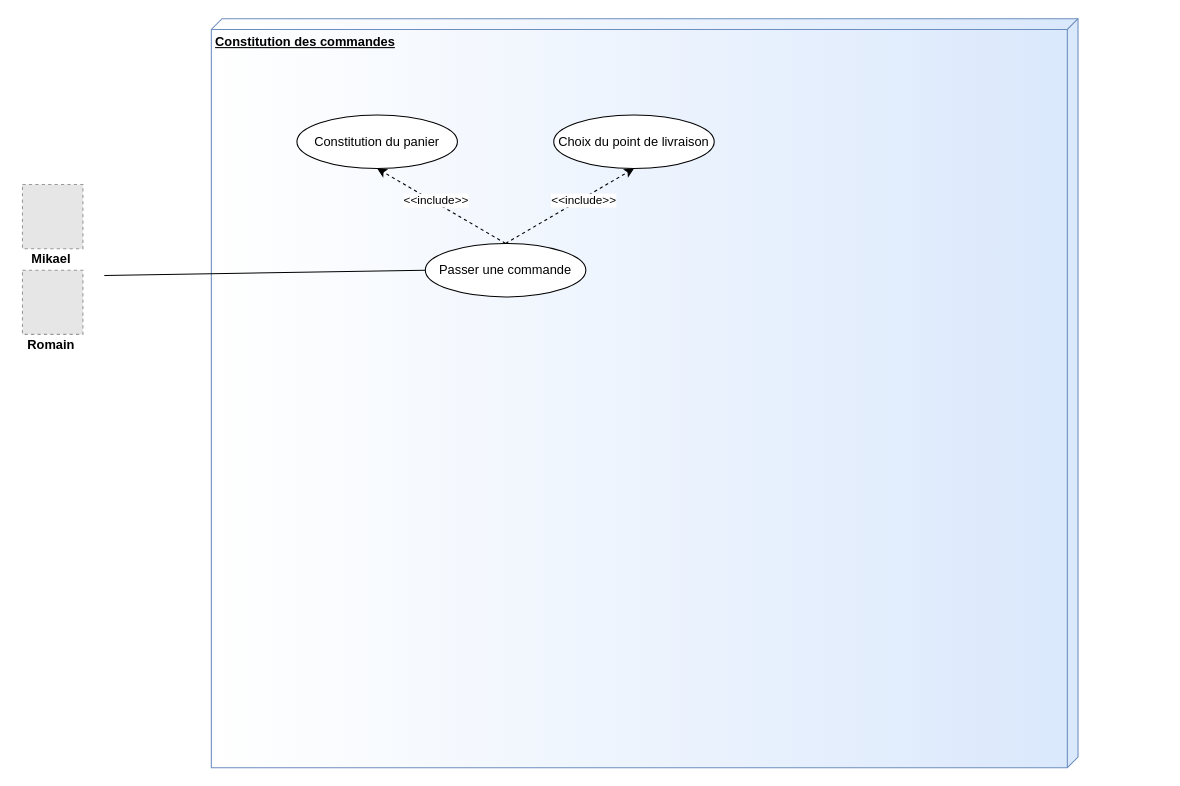
Romderful/Project4_OCPizza keeps this draw.io diagram as UseCaseCommand.drawio. Above is the earlier version. Source tidied: cells renumbered, new cells numbered last; positions are measured from the earlier drawing's top-left corner, leaving out a move shared by most shapes. Both pictures are drawn from the tidied source at 107%, with x=0, y=0 at pixel (18, 18). Pictures stored in the file or linked from it are replaced by grey dashed boxes.
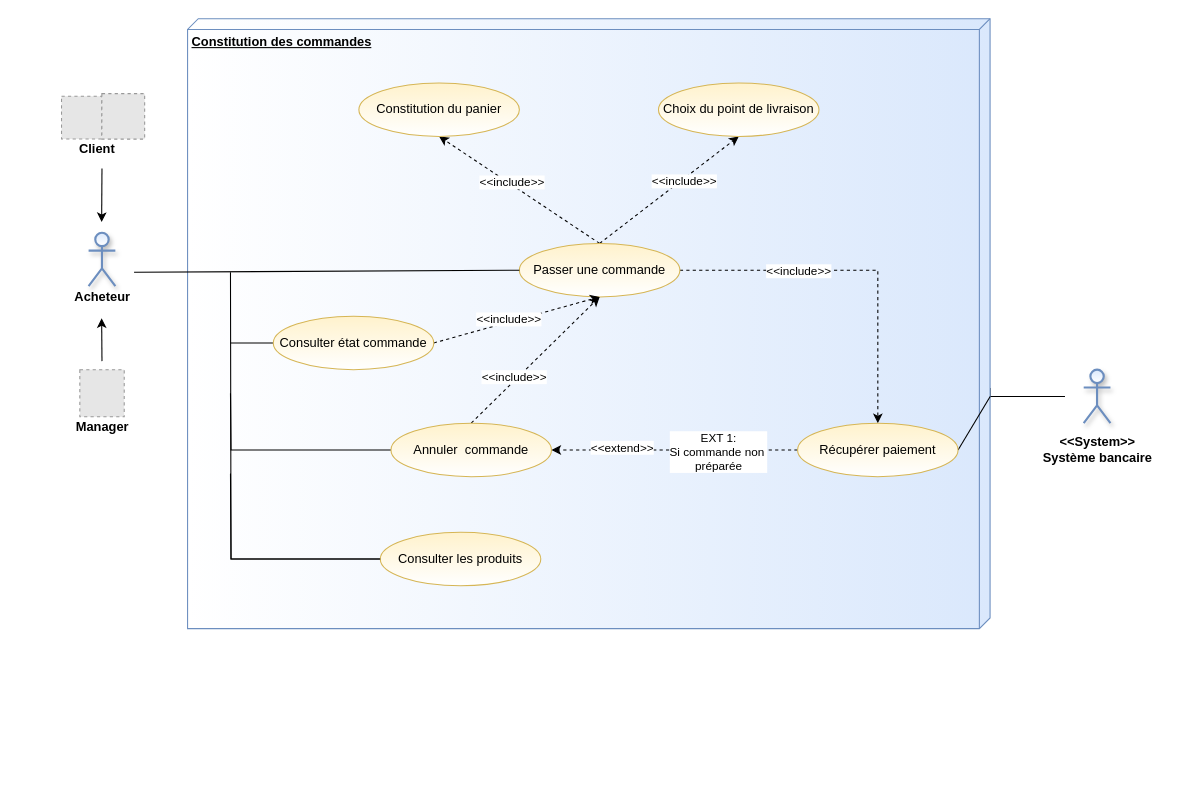
Above is the later version.

Diff of the diagram source:
```diff
@@
+    <mxCell id="15" style="edgeStyle=orthogonalEdgeStyle;rounded=0;jettySize=auto;html=1;exitX=0;exitY=0;exitDx=345;exitDy=0;exitPerimeter=0;endArrow=none;endFill=0;" parent="1" edge="1" source="2">
+      <mxGeometry relative="1" as="geometry">
+        <mxPoint x="977.8" y="353" as="targetPoint" />
+        <Array as="points">
+          <mxPoint x="907.9" y="353" />
+        </Array>
+      </mxGeometry>
+    </mxCell>
     <mxCell id="2" value="&lt;b&gt;Constitution des commandes&lt;/b&gt;" style="verticalAlign=top;align=left;spacingTop=8;spacingLeft=2;spacingRight=12;shape=cube;size=10;direction=south;fontStyle=4;html=1;fillColor=#dae8fc;strokeColor=#6c8ebf;gradientColor=#ffffff;" parent="1" vertex="1">
-      <mxGeometry x="180" width="810" height="700" as="geometry" />
+      <mxGeometry x="157.8" width="750" height="570" as="geometry" />
     </mxCell>
@@
+    <mxCell id="16" style="edgeStyle=orthogonalEdgeStyle;rounded=0;jettySize=auto;html=1;exitX=1;exitY=0.5;exitDx=0;exitDy=0;entryX=0.5;entryY=0;entryDx=0;entryDy=0;endArrow=classic;endFill=1;dashed=1;" parent="1" edge="1" source="7" target="27">
+      <mxGeometry relative="1" as="geometry" />
+    </mxCell>
+    <mxCell id="17" value="&amp;lt;&amp;lt;include&amp;gt;&amp;gt;" style="edgeLabel;html=1;align=center;verticalAlign=middle;" parent="16" vertex="1">
+      <mxGeometry y="2" relative="1" as="geometry">
+        <mxPoint x="-53.5" y="2" as="offset" />
+      </mxGeometry>
+    </mxCell>
-    <mxCell id="7" value="Passer une commande" style="ellipse;whiteSpace=wrap;html=1;gradientColor=#ffffff;" parent="1" vertex="1">
-      <mxGeometry x="380" y="210" width="150" height="50" as="geometry" />
+    <mxCell id="7" value="Passer une commande" style="ellipse;whiteSpace=wrap;html=1;fillColor=#fff2cc;strokeColor=#d6b656;gradientColor=#ffffff;" parent="1" vertex="1">
+      <mxGeometry x="467.9" y="210" width="150" height="50" as="geometry" />
     </mxCell>
     <mxCell id="8" style="edgeStyle=none;rounded=0;jettySize=auto;html=1;exitX=0;exitY=0.5;exitDx=0;exitDy=0;endArrow=none;endFill=0;strokeWidth=1;" parent="1" edge="1" source="7">
       <mxGeometry relative="1" as="geometry">
-        <mxPoint x="80" y="240" as="targetPoint" />
+        <mxPoint x="107.8" y="237" as="targetPoint" />
       </mxGeometry>
     </mxCell>
-    <mxCell id="9" value="Constitution du panier" style="ellipse;whiteSpace=wrap;html=1;gradientColor=#ffffff;" parent="1" vertex="1">
-      <mxGeometry x="260" y="90" width="150" height="50" as="geometry" />
+    <mxCell id="9" value="Constitution du panier" style="ellipse;whiteSpace=wrap;html=1;fillColor=#fff2cc;strokeColor=#d6b656;gradientColor=#ffffff;" parent="1" vertex="1">
+      <mxGeometry x="317.9" y="60" width="150" height="50" as="geometry" />
     </mxCell>
-    <mxCell id="10" value="Choix du point de livraison" style="ellipse;whiteSpace=wrap;html=1;gradientColor=#ffffff;" parent="1" vertex="1">
-      <mxGeometry x="500" y="90" width="150" height="50" as="geometry" />
+    <mxCell id="10" value="Choix du point de livraison" style="ellipse;whiteSpace=wrap;html=1;fillColor=#fff2cc;strokeColor=#d6b656;gradientColor=#ffffff;" parent="1" vertex="1">
+      <mxGeometry x="597.9" y="60" width="150" height="50" as="geometry" />
     </mxCell>
-    <mxCell id="11" value="&lt;b&gt;Mikael&lt;br&gt;&lt;/b&gt;" style="text;html=1;align=center;verticalAlign=middle;" parent="1" vertex="1">
-      <mxGeometry x="4.7" y="215" width="50" height="20" as="geometry" />
-    </mxCell>
-    <mxCell id="12" style="fillColor=#E6E6E6;strokeColor=#999999;dashed=1;verticalLabelPosition=bottom;verticalAlign=top;" parent="1" vertex="1">
-      <mxGeometry x="3.5" y="155" width="56.5" height="60" as="geometry" />
-    </mxCell>
-    <mxCell id="13" style="fillColor=#E6E6E6;strokeColor=#999999;dashed=1;verticalLabelPosition=bottom;verticalAlign=top;" parent="1" vertex="1">
-      <mxGeometry x="3.5" y="235" width="56.5" height="60" as="geometry" />
-    </mxCell>
-    <mxCell id="14" value="&lt;b&gt;Romain&lt;/b&gt;" style="text;html=1;align=center;verticalAlign=middle;" parent="1" vertex="1">
-      <mxGeometry y="295" width="60" height="20" as="geometry" />
+    <mxCell id="14" value="&lt;b&gt;Acheteur&lt;/b&gt;" style="text;html=1;align=center;verticalAlign=middle;" parent="1" vertex="1">
+      <mxGeometry x="42.8" y="250" width="70" height="20" as="geometry" />
     </mxCell>
+    <mxCell id="18" style="shape=umlActor;verticalLabelPosition=bottom;verticalAlign=top;html=1;strokeWidth=2;fillColor=#dae8fc;strokeColor=#6c8ebf;gradientColor=#ffffff;shadow=1;" parent="1" vertex="1">
+      <mxGeometry x="65.3" y="200" width="25" height="50" as="geometry" />
+    </mxCell>
+    <mxCell id="19" style="edgeStyle=orthogonalEdgeStyle;rounded=0;jettySize=auto;html=1;exitX=0;exitY=0.5;exitDx=0;exitDy=0;endArrow=none;endFill=0;" parent="1" edge="1" source="20">
+      <mxGeometry relative="1" as="geometry">
+        <mxPoint x="197.9" y="425.1" as="targetPoint" />
+      </mxGeometry>
+    </mxCell>
+    <mxCell id="20" value="Consulter les produits" style="ellipse;whiteSpace=wrap;html=1;fillColor=#fff2cc;strokeColor=#d6b656;gradientColor=#ffffff;" parent="1" vertex="1">
+      <mxGeometry x="337.9" y="480" width="150" height="50" as="geometry" />
+    </mxCell>
+    <mxCell id="21" value="&lt;b&gt;&amp;lt;&amp;lt;System&amp;gt;&amp;gt;&lt;br&gt;Système bancaire&lt;/b&gt;" style="text;html=1;align=center;verticalAlign=middle;" parent="1" vertex="1">
+      <mxGeometry x="947.9" y="388" width="120" height="30" as="geometry" />
+    </mxCell>
+    <mxCell id="22" style="shape=umlActor;verticalLabelPosition=bottom;verticalAlign=top;html=1;strokeWidth=2;fillColor=#dae8fc;strokeColor=#6c8ebf;gradientColor=#ffffff;shadow=1;" parent="1" vertex="1">
+      <mxGeometry x="995.3" y="328" width="25" height="50" as="geometry" />
+    </mxCell>
+    <mxCell id="23" style="rounded=0;jettySize=auto;html=1;exitX=1;exitY=0.5;exitDx=0;exitDy=0;entryX=0;entryY=0;entryDx=345;entryDy=0;entryPerimeter=0;endArrow=none;endFill=0;" parent="1" edge="1" source="27">
+      <mxGeometry relative="1" as="geometry">
+        <mxPoint x="907.9" y="353" as="targetPoint" />
+      </mxGeometry>
+    </mxCell>
+    <mxCell id="24" style="edgeStyle=none;rounded=0;jettySize=auto;html=1;exitX=0;exitY=0.5;exitDx=0;exitDy=0;entryX=1;entryY=0.5;entryDx=0;entryDy=0;dashed=1;endArrow=classic;endFill=1;" parent="1" edge="1" source="27" target="36">
+      <mxGeometry relative="1" as="geometry" />
+    </mxCell>
+    <mxCell id="25" value="&amp;lt;&amp;lt;extend&amp;gt;&amp;gt;" style="edgeLabel;html=1;align=center;verticalAlign=middle;" parent="24" vertex="1">
+      <mxGeometry x="-0.15" relative="1" as="geometry">
+        <mxPoint x="-66" y="-3" as="offset" />
+      </mxGeometry>
+    </mxCell>
+    <mxCell id="26" value="EXT 1:&lt;br&gt;Si commande non&amp;nbsp;&lt;br&gt;préparée" style="edgeLabel;html=1;align=center;verticalAlign=middle;" parent="24" vertex="1">
+      <mxGeometry x="-0.36" y="1" relative="1" as="geometry" />
+    </mxCell>
+    <mxCell id="27" value="Récupérer paiement" style="ellipse;whiteSpace=wrap;html=1;fillColor=#fff2cc;strokeColor=#d6b656;gradientColor=#ffffff;" parent="1" vertex="1">
+      <mxGeometry x="727.9" y="378" width="150" height="50" as="geometry" />
+    </mxCell>
+    <mxCell id="28" style="edgeStyle=orthogonalEdgeStyle;rounded=0;jettySize=auto;html=1;exitX=0;exitY=0.5;exitDx=0;exitDy=0;endArrow=none;endFill=0;" parent="1" edge="1" source="20">
+      <mxGeometry relative="1" as="geometry">
+        <mxPoint x="197.9" y="237" as="targetPoint" />
+      </mxGeometry>
+    </mxCell>
+    <mxCell id="29" style="edgeStyle=none;rounded=0;jettySize=auto;html=1;exitX=0;exitY=0.5;exitDx=0;exitDy=0;endArrow=none;endFill=0;" parent="1" edge="1" source="32">
+      <mxGeometry relative="1" as="geometry">
+        <mxPoint x="197.9" y="303" as="targetPoint" />
+      </mxGeometry>
+    </mxCell>
+    <mxCell id="30" style="edgeStyle=none;rounded=0;jettySize=auto;html=1;exitX=1;exitY=0.5;exitDx=0;exitDy=0;entryX=0.5;entryY=1;entryDx=0;entryDy=0;endArrow=classic;endFill=1;dashed=1;" parent="1" edge="1" source="32" target="7">
+      <mxGeometry relative="1" as="geometry" />
+    </mxCell>
+    <mxCell id="31" value="&amp;lt;&amp;lt;include&amp;gt;&amp;gt;" style="edgeLabel;html=1;align=center;verticalAlign=middle;" parent="30" vertex="1">
+      <mxGeometry x="-0.26" y="-3" relative="1" as="geometry">
+        <mxPoint x="11" y="-9.1" as="offset" />
+      </mxGeometry>
+    </mxCell>
+    <mxCell id="32" value="Consulter état commande" style="ellipse;whiteSpace=wrap;html=1;fillColor=#fff2cc;strokeColor=#d6b656;gradientColor=#ffffff;" parent="1" vertex="1">
+      <mxGeometry x="237.9" y="278" width="150" height="50" as="geometry" />
+    </mxCell>
+    <mxCell id="33" style="edgeStyle=orthogonalEdgeStyle;rounded=0;jettySize=auto;html=1;exitX=0;exitY=0.5;exitDx=0;exitDy=0;endArrow=none;endFill=0;" parent="1" edge="1" source="36">
+      <mxGeometry relative="1" as="geometry">
+        <mxPoint x="197.9" y="350.1" as="targetPoint" />
+      </mxGeometry>
+    </mxCell>
+    <mxCell id="34" style="rounded=0;jettySize=auto;html=1;exitX=0.5;exitY=0;exitDx=0;exitDy=0;entryX=0.5;entryY=1;entryDx=0;entryDy=0;endArrow=classic;endFill=1;dashed=1;" parent="1" edge="1" source="36" target="7">
+      <mxGeometry relative="1" as="geometry" />
+    </mxCell>
+    <mxCell id="35" value="&amp;lt;&amp;lt;include&amp;gt;&amp;gt;" style="edgeLabel;html=1;align=center;verticalAlign=middle;" parent="34" vertex="1">
+      <mxGeometry x="-0.36" y="2" relative="1" as="geometry">
+        <mxPoint x="2" y="-4.4" as="offset" />
+      </mxGeometry>
+    </mxCell>
+    <mxCell id="36" value="Annuler&amp;nbsp; commande" style="ellipse;whiteSpace=wrap;html=1;fillColor=#fff2cc;strokeColor=#d6b656;gradientColor=#ffffff;" parent="1" vertex="1">
+      <mxGeometry x="347.9" y="378" width="150" height="50" as="geometry" />
+    </mxCell>
+    <mxCell id="37" value="&lt;b&gt;Client&lt;br&gt;&lt;/b&gt;" style="text;html=1;align=center;verticalAlign=middle;" parent="1" vertex="1">
+      <mxGeometry x="47.7" y="112.4" width="50" height="20" as="geometry" />
+    </mxCell>
+    <mxCell id="38" value="&lt;b&gt;Manager&lt;/b&gt;" style="text;html=1;align=center;verticalAlign=middle;" parent="1" vertex="1">
+      <mxGeometry x="47.8" y="372" width="60" height="20" as="geometry" />
+    </mxCell>
+    <mxCell id="39" style="fillColor=#E6E6E6;strokeColor=#999999;dashed=1;verticalLabelPosition=bottom;verticalAlign=top;" parent="1" vertex="1">
+      <mxGeometry x="40" y="72.4" width="37.7" height="40" as="geometry" />
+    </mxCell>
+    <mxCell id="40" style="edgeStyle=none;rounded=0;orthogonalLoop=1;jettySize=auto;html=1;endArrow=classic;endFill=1;" parent="1" edge="1">
+      <mxGeometry relative="1" as="geometry">
+        <mxPoint x="77.8" y="140" as="sourcePoint" />
+        <mxPoint x="77.5" y="190" as="targetPoint" />
+      </mxGeometry>
+    </mxCell>
+    <mxCell id="41" style="fillColor=#E6E6E6;strokeColor=#999999;dashed=1;verticalLabelPosition=bottom;verticalAlign=top;" parent="1" vertex="1">
+      <mxGeometry x="77.7" y="70" width="40" height="42.5" as="geometry" />
+    </mxCell>
+    <mxCell id="42" style="edgeStyle=none;rounded=0;orthogonalLoop=1;jettySize=auto;html=1;endArrow=classic;endFill=1;" parent="1" edge="1">
+      <mxGeometry relative="1" as="geometry">
+        <mxPoint x="77.8" y="320" as="sourcePoint" />
+        <mxPoint x="77.5" y="280" as="targetPoint" />
+      </mxGeometry>
+    </mxCell>
+    <mxCell id="43" style="fillColor=#E6E6E6;strokeColor=#999999;dashed=1;verticalLabelPosition=bottom;verticalAlign=top;" parent="1" vertex="1">
+      <mxGeometry x="57.1" y="328" width="41.5" height="44" as="geometry" />
+    </mxCell>
```
